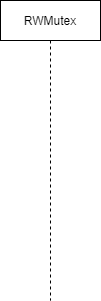
Above: 101/RWMutex.drawio.png in yinghao-liu/go (draw.io), before the change. Source tidied: cells renumbered, new cells last; positions are measured from the earlier drawing's top-left corner, leaving out a move shared by most shapes. Source of this version:
```xml
<mxGraphModel>
  <root>
    <mxCell id="0" />
    <mxCell id="1" parent="0" />
    <mxCell id="2" value="RWMutex" style="shape=umlLifeline;perimeter=lifelinePerimeter;whiteSpace=wrap;html=1;" parent="1" vertex="1">
      <mxGeometry width="100" height="300" as="geometry" />
    </mxCell>
  </root>
</mxGraphModel>
```
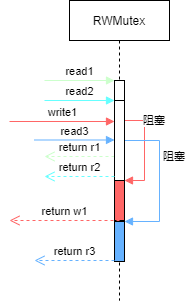
After the change.

Commit message:
RWMutex flow modify

Diff of the diagram source:
```diff
@@ -5,5 +5,80 @@
     <mxCell id="2" value="RWMutex" style="shape=umlLifeline;perimeter=lifelinePerimeter;whiteSpace=wrap;html=1;" parent="1" vertex="1">
       <mxGeometry width="100" height="300" as="geometry" />
     </mxCell>
+    <mxCell id="3" value="read1" style="html=1;verticalAlign=bottom;endArrow=block;entryX=0;entryY=0;fillColor=#CCFFCC;strokeColor=#CCFFCC;" parent="2" edge="1" target="9">
+      <mxGeometry relative="1" as="geometry">
+        <mxPoint x="-25" y="80" as="sourcePoint" />
+      </mxGeometry>
+    </mxCell>
+    <mxCell id="4" value="return r1" style="html=1;verticalAlign=bottom;endArrow=open;dashed=1;endSize=8;exitX=0;exitY=0.95;strokeColor=#CCFFCC;" parent="2" edge="1" source="9">
+      <mxGeometry relative="1" as="geometry">
+        <mxPoint x="-25" y="156" as="targetPoint" />
+      </mxGeometry>
+    </mxCell>
+    <mxCell id="5" style="html=1;points=[];perimeter=orthogonalPerimeter;fillColor=#FF6666;" parent="2" vertex="1">
+      <mxGeometry x="45" y="180" width="10" height="40" as="geometry" />
+    </mxCell>
+    <mxCell id="6" value="阻塞" style="edgeStyle=orthogonalEdgeStyle;html=1;align=left;spacingLeft=2;endArrow=block;rounded=0;entryX=1;entryY=0;strokeColor=#FF6666;" parent="2" edge="1" target="5">
+      <mxGeometry relative="1" as="geometry">
+        <mxPoint x="45" y="180" as="sourcePoint" />
+        <Array as="points">
+          <mxPoint x="45" y="120" />
+          <mxPoint x="75" y="120" />
+          <mxPoint x="75" y="180" />
+        </Array>
+      </mxGeometry>
+    </mxCell>
+    <mxCell id="7" style="html=1;points=[];perimeter=orthogonalPerimeter;fillColor=#66B2FF;" parent="2" vertex="1">
+      <mxGeometry x="45" y="221" width="10" height="40" as="geometry" />
+    </mxCell>
+    <mxCell id="8" value="阻塞" style="edgeStyle=orthogonalEdgeStyle;html=1;align=left;spacingLeft=2;endArrow=block;rounded=0;entryX=1;entryY=0;strokeColor=#66B2FF;fillColor=#CCFFCC;exitX=0.048;exitY=-0.043;exitDx=0;exitDy=0;exitPerimeter=0;" parent="2" edge="1" source="5" target="7">
+      <mxGeometry relative="1" as="geometry">
+        <Array as="points">
+          <mxPoint x="46" y="140" />
+          <mxPoint x="90" y="140" />
+          <mxPoint x="90" y="221" />
+        </Array>
+      </mxGeometry>
+    </mxCell>
+    <mxCell id="9" style="html=1;points=[];perimeter=orthogonalPerimeter;" parent="2" vertex="1">
+      <mxGeometry x="45" y="80" width="10" height="80" as="geometry" />
+    </mxCell>
+    <mxCell id="10" style="html=1;points=[];perimeter=orthogonalPerimeter;" parent="1" vertex="1">
+      <mxGeometry x="45" y="100" width="10" height="80" as="geometry" />
+    </mxCell>
+    <mxCell id="11" value="read2" style="html=1;verticalAlign=bottom;endArrow=block;entryX=0;entryY=0;strokeColor=#66FFFF;" parent="1" edge="1" target="10">
+      <mxGeometry relative="1" as="geometry">
+        <mxPoint x="-25" y="100" as="sourcePoint" />
+      </mxGeometry>
+    </mxCell>
+    <mxCell id="12" value="return r2" style="html=1;verticalAlign=bottom;endArrow=open;dashed=1;endSize=8;exitX=0;exitY=0.95;strokeColor=#66FFFF;" parent="1" edge="1" source="10">
+      <mxGeometry relative="1" as="geometry">
+        <mxPoint x="-25" y="176" as="targetPoint" />
+      </mxGeometry>
+    </mxCell>
+    <mxCell id="13" value="write1" style="html=1;verticalAlign=bottom;endArrow=block;strokeColor=#FF6666;" parent="1" edge="1">
+      <mxGeometry relative="1" as="geometry">
+        <mxPoint x="-60" y="121" as="sourcePoint" />
+        <mxPoint x="45" y="121" as="targetPoint" />
+      </mxGeometry>
+    </mxCell>
+    <mxCell id="14" value="return w1" style="html=1;verticalAlign=bottom;endArrow=open;dashed=1;endSize=8;strokeColor=#FF6666;" parent="1" edge="1">
+      <mxGeometry relative="1" as="geometry">
+        <mxPoint x="50" y="220" as="sourcePoint" />
+        <mxPoint x="-60" y="220" as="targetPoint" />
+      </mxGeometry>
+    </mxCell>
+    <mxCell id="15" value="read3" style="html=1;verticalAlign=bottom;endArrow=block;strokeColor=#66B2FF;fillColor=#CCFFCC;" parent="1" edge="1">
+      <mxGeometry relative="1" as="geometry">
+        <mxPoint x="-35" y="139.5" as="sourcePoint" />
+        <mxPoint x="45" y="139.5" as="targetPoint" />
+      </mxGeometry>
+    </mxCell>
+    <mxCell id="16" value="return r3" style="html=1;verticalAlign=bottom;endArrow=open;dashed=1;endSize=8;strokeColor=#66B2FF;fillColor=#CCFFCC;" parent="1" edge="1">
+      <mxGeometry relative="1" as="geometry">
+        <mxPoint x="45" y="260" as="sourcePoint" />
+        <mxPoint x="-35" y="260" as="targetPoint" />
+      </mxGeometry>
+    </mxCell>
   </root>
 </mxGraphModel>
```
